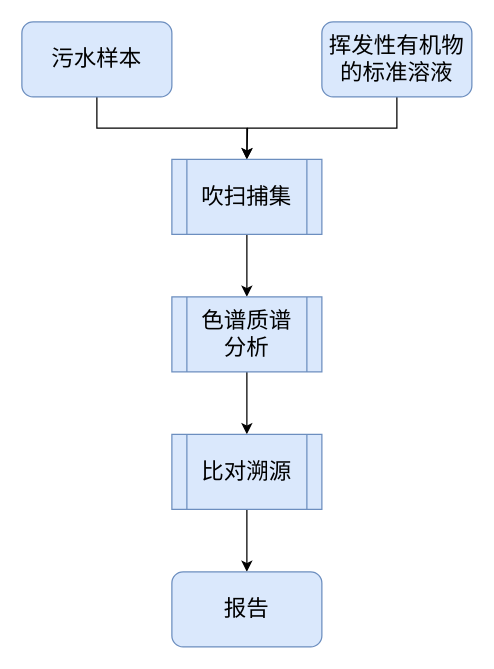
WienWong/Misc keeps this draw.io diagram as 色谱质谱分析流程.drawio. Above is the earlier version. Source tidied: cells renumbered, new cells numbered last; positions are measured from the earlier drawing's top-left corner, leaving out a move shared by most shapes. Both pictures are drawn from the tidied source at 125%, with x=0, y=0 at pixel (21, 21).
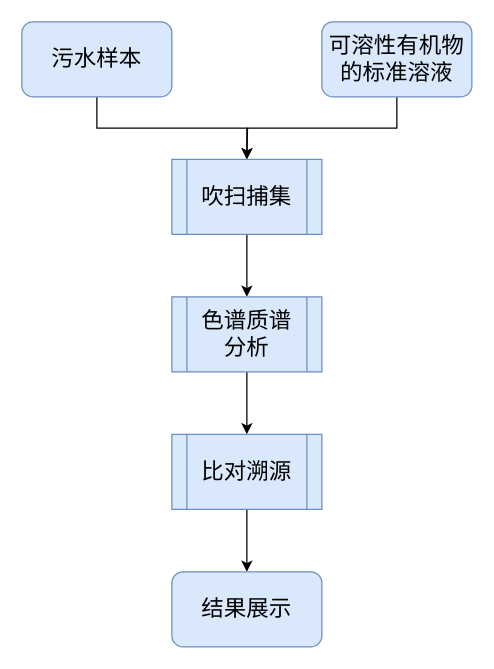
After the change.

Commit message:
Update 色谱质谱分析流程.drawio

What changed in the source:
```diff
@@
 <mxGraphModel>
   <root>
     <mxCell id="0" />
     <mxCell id="1" parent="0" />
     <mxCell id="2" style="edgeStyle=orthogonalEdgeStyle;rounded=0;jettySize=auto;html=1;exitX=0.5;exitY=1;exitDx=0;exitDy=0;" parent="1" edge="1" source="3">
       <mxGeometry relative="1" as="geometry">
         <mxPoint x="180" y="110" as="targetPoint" />
       </mxGeometry>
     </mxCell>
-    <mxCell id="3" value="&lt;font style=&quot;font-size: 18px&quot;&gt;挥发性有机物&lt;br&gt;的标准溶液&lt;/font&gt;" style="rounded=1;whiteSpace=wrap;html=1;fillColor=#dae8fc;strokeColor=#6c8ebf;" parent="1" vertex="1">
+    <mxCell id="3" value="&lt;font style=&quot;font-size: 18px&quot;&gt;可溶性有机物&lt;br&gt;的标准溶液&lt;/font&gt;" style="rounded=1;whiteSpace=wrap;html=1;fillColor=#dae8fc;strokeColor=#6c8ebf;" parent="1" vertex="1">
       <mxGeometry x="240" width="120" height="60" as="geometry" />
     </mxCell>
     <mxCell id="4" style="edgeStyle=orthogonalEdgeStyle;rounded=0;jettySize=auto;html=1;exitX=0.5;exitY=1;exitDx=0;exitDy=0;entryX=0.5;entryY=0;entryDx=0;entryDy=0;" parent="1" edge="1" source="5" target="7">
       <mxGeometry relative="1" as="geometry" />
     </mxCell>
     <mxCell id="5" value="&lt;span style=&quot;font-size: 18px&quot;&gt;污水样本&lt;/span&gt;" style="rounded=1;whiteSpace=wrap;html=1;fillColor=#dae8fc;strokeColor=#6c8ebf;" parent="1" vertex="1">
       <mxGeometry width="120" height="60" as="geometry" />
     </mxCell>
     <mxCell id="6" style="edgeStyle=orthogonalEdgeStyle;rounded=0;jettySize=auto;html=1;exitX=0.5;exitY=1;exitDx=0;exitDy=0;entryX=0.5;entryY=0;entryDx=0;entryDy=0;" parent="1" edge="1" source="7" target="9">
       <mxGeometry relative="1" as="geometry" />
     </mxCell>
     <mxCell id="7" value="&lt;font style=&quot;font-size: 18px&quot;&gt;吹扫捕集&lt;/font&gt;" style="shape=process;whiteSpace=wrap;html=1;backgroundOutline=1;fillColor=#dae8fc;strokeColor=#6c8ebf;" parent="1" vertex="1">
       <mxGeometry x="120" y="110" width="120" height="60" as="geometry" />
     </mxCell>
     <mxCell id="8" style="edgeStyle=orthogonalEdgeStyle;rounded=0;jettySize=auto;html=1;exitX=0.5;exitY=1;exitDx=0;exitDy=0;entryX=0.5;entryY=0;entryDx=0;entryDy=0;" parent="1" edge="1" source="9" target="11">
       <mxGeometry relative="1" as="geometry" />
     </mxCell>
     <mxCell id="9" value="&lt;font style=&quot;font-size: 18px&quot;&gt;色谱质谱&lt;br&gt;分析&lt;br&gt;&lt;/font&gt;" style="shape=process;whiteSpace=wrap;html=1;backgroundOutline=1;fillColor=#dae8fc;strokeColor=#6c8ebf;" parent="1" vertex="1">
       <mxGeometry x="120" y="220" width="120" height="60" as="geometry" />
     </mxCell>
     <mxCell id="10" style="edgeStyle=orthogonalEdgeStyle;rounded=0;jettySize=auto;html=1;exitX=0.5;exitY=1;exitDx=0;exitDy=0;" parent="1" edge="1" source="11" target="12">
       <mxGeometry relative="1" as="geometry" />
     </mxCell>
     <mxCell id="11" value="&lt;font style=&quot;font-size: 18px&quot;&gt;比对溯源&lt;/font&gt;" style="shape=process;whiteSpace=wrap;html=1;backgroundOutline=1;fillColor=#dae8fc;strokeColor=#6c8ebf;" parent="1" vertex="1">
       <mxGeometry x="120" y="330" width="120" height="60" as="geometry" />
     </mxCell>
-    <mxCell id="12" value="&lt;span style=&quot;font-size: 18px&quot;&gt;报告&lt;/span&gt;" style="rounded=1;whiteSpace=wrap;html=1;fillColor=#dae8fc;strokeColor=#6c8ebf;" parent="1" vertex="1">
+    <mxCell id="12" value="&lt;span style=&quot;font-size: 18px&quot;&gt;结果展示&lt;/span&gt;" style="rounded=1;whiteSpace=wrap;html=1;fillColor=#dae8fc;strokeColor=#6c8ebf;" parent="1" vertex="1">
       <mxGeometry x="120" y="440" width="120" height="60" as="geometry" />
     </mxCell>
   </root>
 </mxGraphModel>
```
